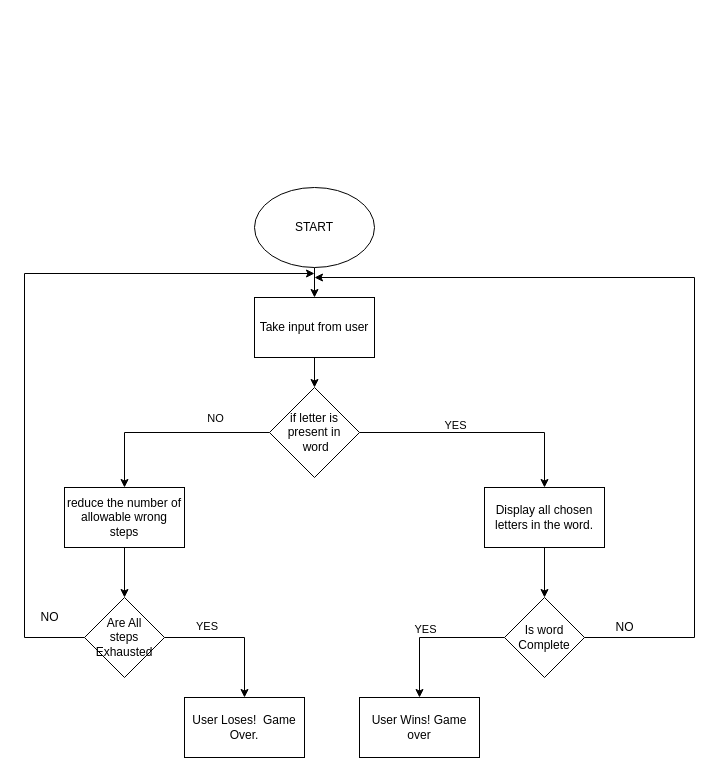
Above: 7 Hangman/Hangman.drawio in anudeep1912/100DaysOfCode (draw.io), before the change. Source tidied: cells renumbered, new cells numbered last; positions are measured from the earlier drawing's top-left corner, leaving out a move shared by most shapes. Both pictures are drawn from the tidied source at 100%, with x=0, y=0 at pixel (24, 187).
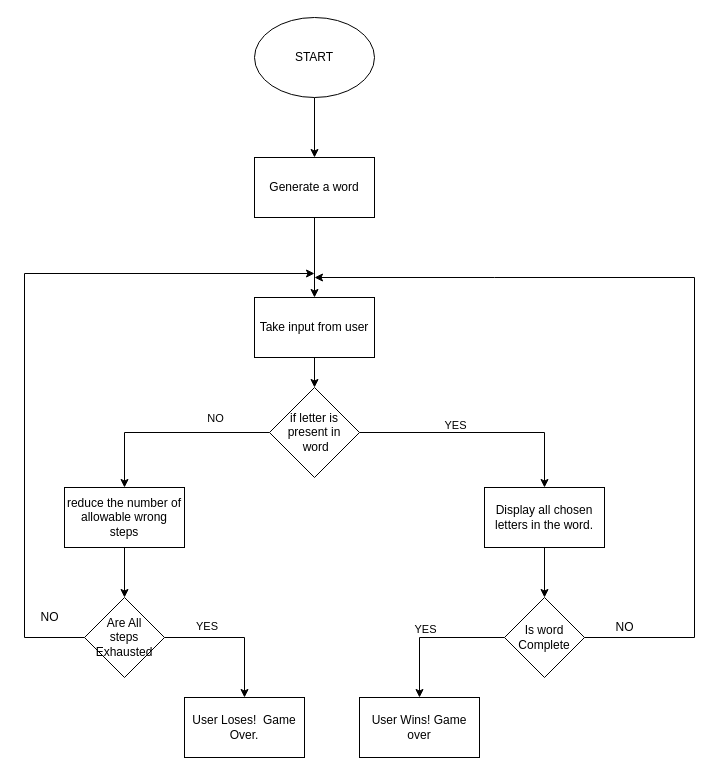
After the change.

Unchanged cells that the change refers to:
```xml
<mxCell id="5" value="Take input from user&lt;br&gt;" style="rounded=0;whiteSpace=wrap;html=1;" parent="1" vertex="1">
  <mxGeometry x="230" y="110" width="120" height="60" as="geometry" />
</mxCell>
<mxCell id="16" value="Is word&lt;br&gt;Complete" style="rhombus;whiteSpace=wrap;html=1;" parent="1" vertex="1">
  <mxGeometry x="480" y="410" width="80" height="80" as="geometry" />
</mxCell>
```

Change to the diagram source:
```diff
@@
-    <mxCell id="2" style="edgeStyle=orthogonalEdgeStyle;rounded=0;jettySize=auto;html=1;" parent="1" edge="1" source="3" target="5">
-      <mxGeometry relative="1" as="geometry" />
-    </mxCell>
+    <mxCell id="27" style="edgeStyle=orthogonalEdgeStyle;rounded=0;jettySize=auto;html=1;" parent="1" edge="1" source="3" target="29">
+      <mxGeometry relative="1" as="geometry" />
+    </mxCell>
     <mxCell id="3" value="START" style="ellipse;whiteSpace=wrap;html=1;" parent="1" vertex="1">
-      <mxGeometry x="230" width="120" height="80" as="geometry" />
+      <mxGeometry x="230" y="-170" width="120" height="80" as="geometry" />
     </mxCell>
@@
     <mxCell id="23" style="endArrow=classic;html=1;rounded=0;exitX=1;exitY=0.5;exitDx=0;exitDy=0;" parent="1" edge="1" source="16">
       <mxGeometry relative="1" as="geometry">
         <mxPoint x="290" y="90" as="targetPoint" />
         <Array as="points">
           <mxPoint x="670" y="450" />
           <mxPoint x="670" y="90" />
+          <mxPoint x="470" y="90" />
         </Array>
       </mxGeometry>
     </mxCell>
@@
+    <mxCell id="28" style="edgeStyle=orthogonalEdgeStyle;rounded=0;jettySize=auto;html=1;" parent="1" edge="1" source="29" target="5">
+      <mxGeometry relative="1" as="geometry" />
+    </mxCell>
+    <mxCell id="29" value="Generate a word" style="rounded=0;whiteSpace=wrap;html=1;" parent="1" vertex="1">
+      <mxGeometry x="230" y="-30" width="120" height="60" as="geometry" />
+    </mxCell>
```
